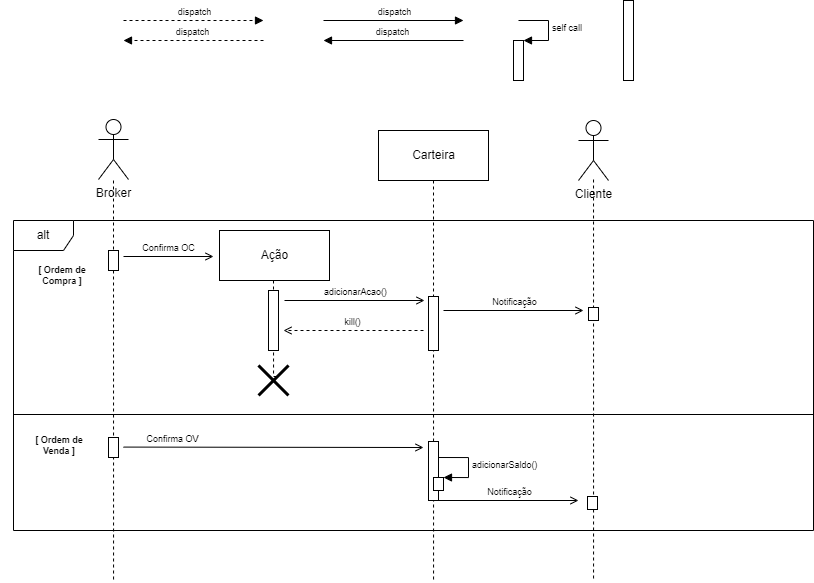
Earlier version of the draw.io export MarketDiagramasDeSequencia/MarketSequencia04.drawio.png (EijiDogen/FEI_MDSMarket). Source tidied: cells renumbered, new cells last; positions are measured from the earlier drawing's top-left corner, leaving out a move shared by most shapes.
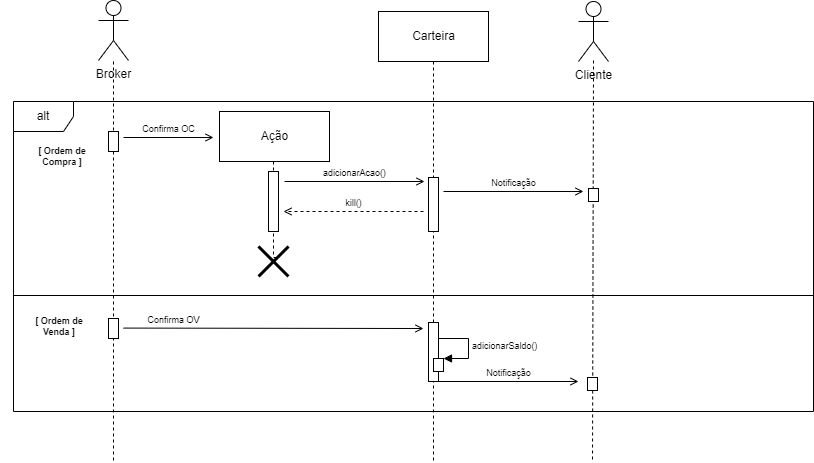
After the commit.

What changed in the source:
```diff
@@ -61,9 +61,6 @@
       <mxGeometry x="219" y="230" width="110" height="50" as="geometry" />
     </mxCell>
     <mxCell id="14" value="Active" parent="0" />
-    <mxCell id="15" style="html=1;perimeter=orthogonalPerimeter;fontSize=9;" parent="14" vertex="1">
-      <mxGeometry x="623" width="10" height="80" as="geometry" />
-    </mxCell>
     <mxCell id="16" style="html=1;perimeter=orthogonalPerimeter;fontSize=9;" parent="14" vertex="1">
       <mxGeometry x="108" y="250" width="10" height="20" as="geometry" />
     </mxCell>
@@ -106,41 +103,6 @@
         <mxPoint x="213" y="256" as="targetPoint" />
       </mxGeometry>
     </mxCell>
-    <mxCell id="27" value="dispatch" style="html=1;verticalAlign=bottom;endArrow=block;rounded=0;fontSize=9;" parent="25" edge="1">
-      <mxGeometry relative="1" as="geometry">
-        <mxPoint x="323" y="20" as="sourcePoint" />
-        <mxPoint x="463" y="20" as="targetPoint" />
-      </mxGeometry>
-    </mxCell>
-    <mxCell id="28" value="dispatch" style="html=1;verticalAlign=bottom;endArrow=block;rounded=0;dashed=1;fontSize=9;" parent="25" edge="1">
-      <mxGeometry relative="1" as="geometry">
-        <mxPoint x="123" y="20" as="sourcePoint" />
-        <mxPoint x="263" y="20" as="targetPoint" />
-      </mxGeometry>
-    </mxCell>
-    <mxCell id="29" value="dispatch" style="html=1;verticalAlign=bottom;endArrow=block;rounded=0;fontSize=9;" parent="25" edge="1">
-      <mxGeometry relative="1" as="geometry">
-        <mxPoint x="463" y="40" as="sourcePoint" />
-        <mxPoint x="323" y="40" as="targetPoint" />
-      </mxGeometry>
-    </mxCell>
-    <mxCell id="30" value="dispatch" style="html=1;verticalAlign=bottom;endArrow=block;rounded=0;dashed=1;fontSize=9;" parent="25" edge="1">
-      <mxGeometry relative="1" as="geometry">
-        <mxPoint x="263" y="40" as="sourcePoint" />
-        <mxPoint x="123" y="40" as="targetPoint" />
-      </mxGeometry>
-    </mxCell>
-    <mxCell id="31" style="html=1;points=[];perimeter=orthogonalPerimeter;fontSize=9;" parent="25" vertex="1">
-      <mxGeometry x="513" y="40" width="10" height="40" as="geometry" />
-    </mxCell>
-    <mxCell id="32" value="self call" style="edgeStyle=orthogonalEdgeStyle;html=1;align=left;spacingLeft=2;endArrow=block;rounded=0;entryX=1;entryY=0;fontSize=9;" parent="25" edge="1" target="31">
-      <mxGeometry relative="1" as="geometry">
-        <mxPoint x="518" y="20" as="sourcePoint" />
-        <Array as="points">
-          <mxPoint x="548" y="20" />
-        </Array>
-      </mxGeometry>
-    </mxCell>
     <mxCell id="33" value="kill()" style="html=1;verticalAlign=bottom;endArrow=open;rounded=0;fontSize=9;dashed=1;endFill=0;" parent="25" edge="1">
       <mxGeometry relative="1" as="geometry">
         <mxPoint x="423" y="330" as="sourcePoint" />
```
